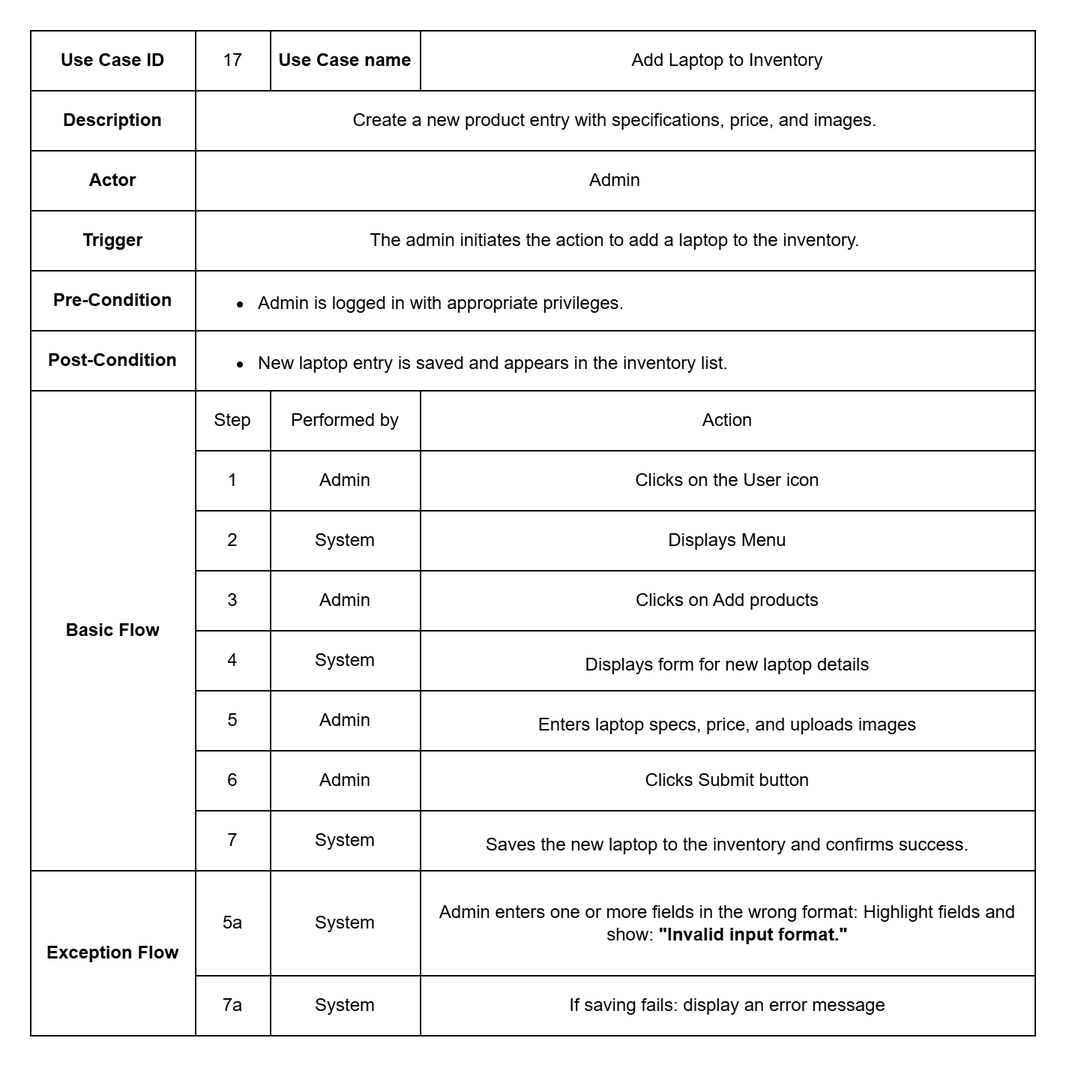
Before: documentation/Images/usecase_metadata_card/uc_17_add_laptop_to_inventory.drawio.png, a diagram exported from draw.io (auphong2707/itse-laptopshop-management-web-application). Source tidied: cells renumbered, new cells last; positions are measured from the earlier drawing's top-left corner, leaving out a move shared by most shapes.
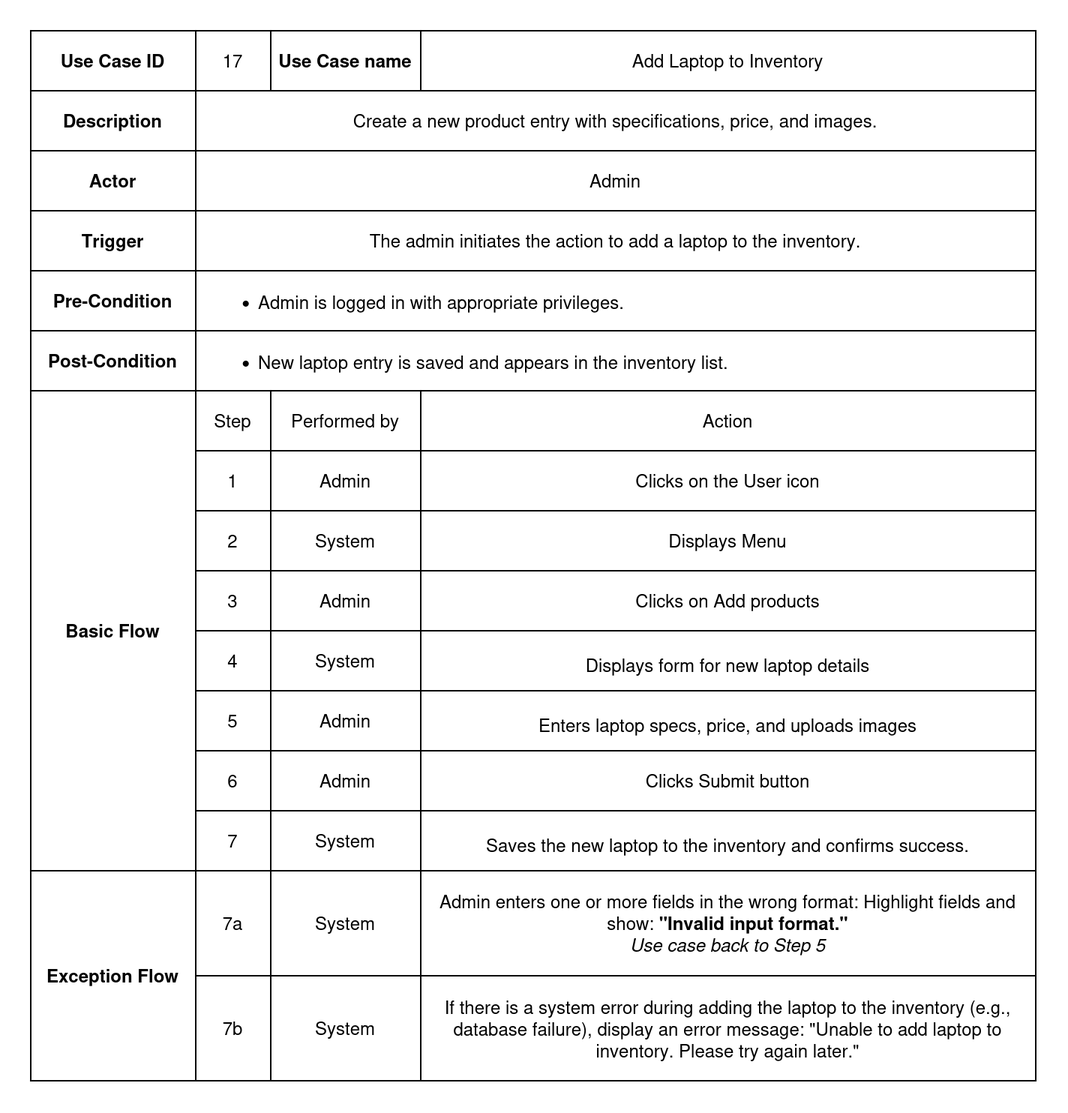
The same diagram one commit later.

Diff of the diagram source:
```diff
@@ -3,7 +3,7 @@
     <mxCell id="0" />
     <mxCell id="1" parent="0" />
     <mxCell id="2" style="shape=table;startSize=0;fontStyle=0;" parent="1" vertex="1">
-      <mxGeometry width="670" height="670" as="geometry" />
+      <mxGeometry width="670" height="700" as="geometry" />
     </mxCell>
     <mxCell id="3" style="shape=tableRow;horizontal=0;startSize=0;swimlaneHead=0;swimlaneBody=0;strokeColor=inherit;top=0;left=0;bottom=0;right=0;fillColor=none;" parent="2" vertex="1">
       <mxGeometry width="670" height="40" as="geometry" />
@@ -168,28 +168,28 @@
       <mxGeometry y="560" width="670" height="70" as="geometry" />
     </mxCell>
     <mxCell id="57" value="Exception Flow" style="shape=partialRectangle;html=1;whiteSpace=wrap;strokeColor=inherit;overflow=hidden;fillColor=none;top=0;left=0;bottom=0;right=0;fontStyle=1;rowspan=2;colspan=1;" parent="56" vertex="1">
-      <mxGeometry width="110" height="110" as="geometry" />
+      <mxGeometry width="110" height="140" as="geometry" />
     </mxCell>
-    <mxCell id="58" value="5a" style="shape=partialRectangle;html=1;whiteSpace=wrap;strokeColor=inherit;overflow=hidden;fillColor=none;top=0;left=0;bottom=0;right=0;" parent="56" vertex="1">
+    <mxCell id="58" value="7a" style="shape=partialRectangle;html=1;whiteSpace=wrap;strokeColor=inherit;overflow=hidden;fillColor=none;top=0;left=0;bottom=0;right=0;" parent="56" vertex="1">
       <mxGeometry x="110" width="50" height="70" as="geometry" />
     </mxCell>
     <mxCell id="59" value="System" style="shape=partialRectangle;html=1;whiteSpace=wrap;strokeColor=inherit;overflow=hidden;fillColor=none;top=0;left=0;bottom=0;right=0;" parent="56" vertex="1">
       <mxGeometry x="160" width="100" height="70" as="geometry" />
     </mxCell>
-    <mxCell id="60" value="Admin enters one or more fields in the wrong format: Highlight fields and show: &lt;strong&gt;&quot;Invalid input format.&quot;&lt;/strong&gt;" style="shape=partialRectangle;html=1;whiteSpace=wrap;strokeColor=inherit;overflow=hidden;fillColor=none;top=0;left=0;bottom=0;right=0;" parent="56" vertex="1">
+    <mxCell id="60" value="&lt;div&gt;Admin enters one or more fields in the wrong format: Highlight fields and show: &lt;strong&gt;&quot;Invalid input format.&quot;&lt;/strong&gt;&lt;/div&gt;&lt;div&gt;&lt;i&gt;Use case back to Step 5&lt;/i&gt;&lt;/div&gt;" style="shape=partialRectangle;html=1;whiteSpace=wrap;strokeColor=inherit;overflow=hidden;fillColor=none;top=0;left=0;bottom=0;right=0;" parent="56" vertex="1">
       <mxGeometry x="260" width="410" height="70" as="geometry" />
     </mxCell>
     <mxCell id="61" style="shape=tableRow;horizontal=0;startSize=0;swimlaneHead=0;swimlaneBody=0;strokeColor=inherit;top=0;left=0;bottom=0;right=0;fillColor=none;" parent="2" vertex="1">
-      <mxGeometry y="630" width="670" height="40" as="geometry" />
+      <mxGeometry y="630" width="670" height="70" as="geometry" />
     </mxCell>
-    <mxCell id="62" value="7a" style="shape=partialRectangle;html=1;whiteSpace=wrap;strokeColor=inherit;overflow=hidden;fillColor=none;top=0;left=0;bottom=0;right=0;" parent="61" vertex="1">
-      <mxGeometry x="110" width="50" height="40" as="geometry" />
+    <mxCell id="62" value="7b" style="shape=partialRectangle;html=1;whiteSpace=wrap;strokeColor=inherit;overflow=hidden;fillColor=none;top=0;left=0;bottom=0;right=0;" parent="61" vertex="1">
+      <mxGeometry x="110" width="50" height="70" as="geometry" />
     </mxCell>
     <mxCell id="63" value="System" style="shape=partialRectangle;html=1;whiteSpace=wrap;strokeColor=inherit;overflow=hidden;fillColor=none;top=0;left=0;bottom=0;right=0;" parent="61" vertex="1">
-      <mxGeometry x="160" width="100" height="40" as="geometry" />
+      <mxGeometry x="160" width="100" height="70" as="geometry" />
     </mxCell>
-    <mxCell id="64" value="If saving fails: display an error message" style="shape=partialRectangle;html=1;whiteSpace=wrap;strokeColor=inherit;overflow=hidden;fillColor=none;top=0;left=0;bottom=0;right=0;" parent="61" vertex="1">
-      <mxGeometry x="260" width="410" height="40" as="geometry" />
+    <mxCell id="64" value="&lt;p style=&quot;white-space: pre-wrap;&quot; dir=&quot;auto&quot;&gt;If there is a system error during adding the laptop to the inventory (e.g., database failure), display an error message: &quot;Unable to add laptop to inventory. Please try again later.&quot;&lt;/p&gt;" style="shape=partialRectangle;html=1;whiteSpace=wrap;strokeColor=inherit;overflow=hidden;fillColor=none;top=0;left=0;bottom=0;right=0;" parent="61" vertex="1">
+      <mxGeometry x="260" width="410" height="70" as="geometry" />
     </mxCell>
   </root>
 </mxGraphModel>
```
